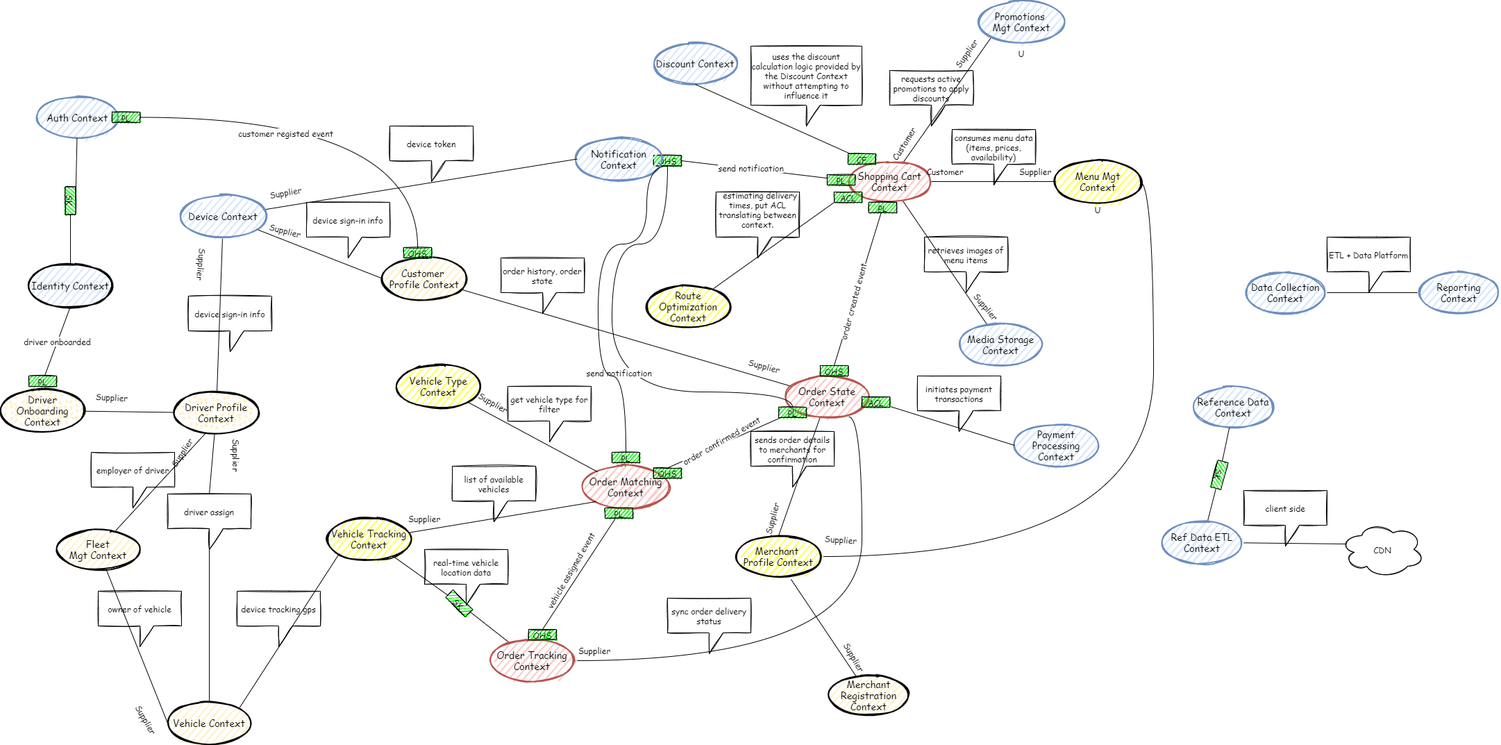
This is resources/food_delivery_design-context_map.drawio.png from darkclouds2357/food_order_delivery, a draw.io export, as it was before one commit. Source tidied: cells renumbered, new cells last; positions are measured from the earlier drawing's top-left corner, leaving out a move shared by most shapes.
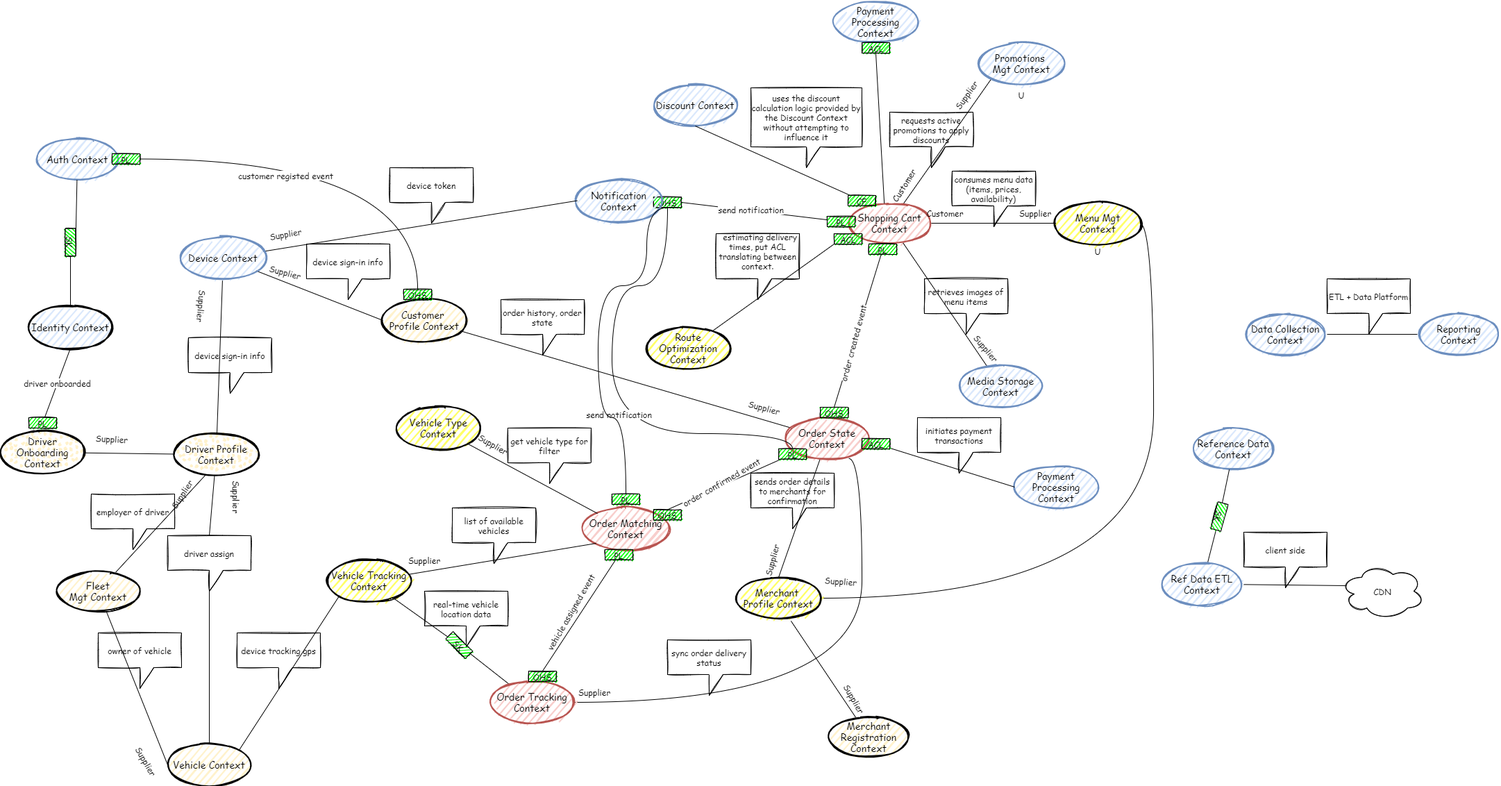
Later version of the same file.

Commit message:
add canvas for Shopping Cart Context

The edit, as a diff of the source:
```diff
@@ -415,5 +415,14 @@
     <mxCell id="130" style="edgeStyle=none;rounded=0;sketch=0;jettySize=auto;html=1;entryX=0.5;entryY=0;entryDx=0;entryDy=0;fontFamily=Comic Sans MS;fontSize=12;endArrow=none;endFill=0;flowAnimation=1;" parent="1" edge="1" source="80" target="129">
       <mxGeometry relative="1" as="geometry" />
     </mxCell>
+    <mxCell id="131" value="Payment Processing Context" style="ellipse;whiteSpace=wrap;html=1;strokeWidth=2;fillWeight=2;hachureGap=8;fillColor=#dae8fc;fillStyle=auto;sketch=1;glass=0;fontFamily=Comic Sans MS;fontSize=14;strokeColor=#6c8ebf;" parent="1" vertex="1">
+      <mxGeometry x="1200" y="-60" width="120" height="60" as="geometry" />
+    </mxCell>
+    <mxCell id="132" value="ACL" style="rounded=0;whiteSpace=wrap;html=1;sketch=1;fontFamily=Comic Sans MS;fontSize=12;strokeColor=default;fillColor=#00FF00;verticalAlign=middle;" parent="1" vertex="1">
+      <mxGeometry x="1240" width="40" height="15" as="geometry" />
+    </mxCell>
+    <mxCell id="133" style="edgeStyle=none;rounded=0;sketch=0;jettySize=auto;html=1;entryX=0.5;entryY=1;entryDx=0;entryDy=0;fontFamily=Comic Sans MS;fontSize=12;endArrow=none;endFill=0;flowAnimation=1;exitX=0.435;exitY=0.023;exitDx=0;exitDy=0;exitPerimeter=0;" parent="1" edge="1" source="3" target="132">
+      <mxGeometry relative="1" as="geometry" />
+    </mxCell>
   </root>
 </mxGraphModel>
```
